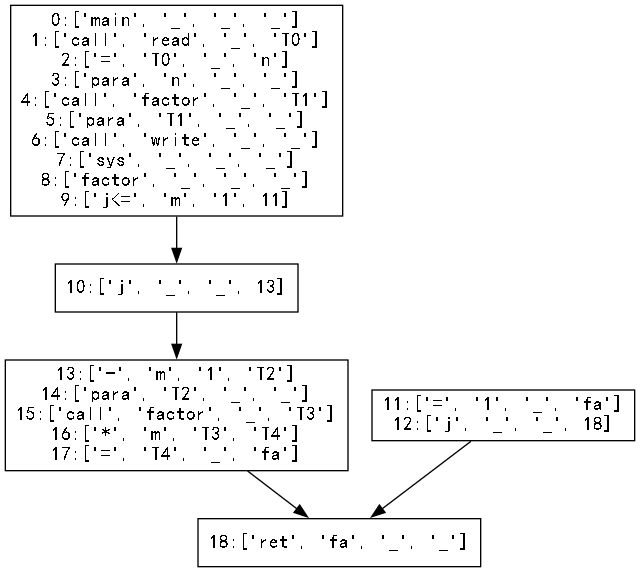
This is Basic_Block/basic_block.gv.png from hutao99/compiler, a Graphviz export, as it was before one commit. Its source is kept beside it as Basic_Block/basic_block.gv.
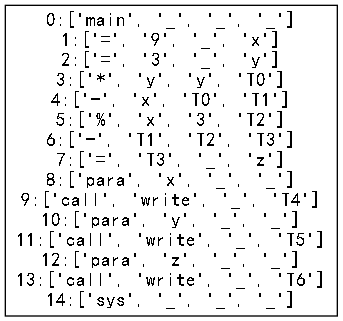
After the change.

Change to the diagram source:
```diff
@@ -1,30 +1,18 @@
 digraph "./Basic_Block/basic_block" {
 	0 [label="0:['main', '_', '_', '_']
-1:['call', 'read', '_', 'T0']
-2:['=', 'T0', '_', 'n']
-3:['para', 'n', '_', '_']
-4:['call', 'factor', '_', 'T1']
-5:['para', 'T1', '_', '_']
-6:['call', 'write', '_', '_']
-7:['sys', '_', '_', '_']
-8:['factor', '_', '_', '_']
-9:['j<=', 'm', '1', 11]
+1:['=', '9', '_', 'x']
+2:['=', '3', '_', 'y']
+3:['*', 'y', 'y', 'T0']
+4:['-', 'x', 'T0', 'T1']
+5:['%', 'x', '3', 'T2']
+6:['-', 'T1', 'T2', 'T3']
+7:['=', 'T3', '_', 'z']
+8:['para', 'x', '_', '_']
+9:['call', 'write', '_', 'T4']
+10:['para', 'y', '_', '_']
+11:['call', 'write', '_', 'T5']
+12:['para', 'z', '_', '_']
+13:['call', 'write', '_', 'T6']
+14:['sys', '_', '_', '_']
 " fontname=SimHei shape=rectangle]
-	1 [label="10:['j', '_', '_', 13]
-" fontname=SimHei shape=rectangle]
-	2 [label="11:['=', '1', '_', 'fa']
-12:['j', '_', '_', 18]
-" fontname=SimHei shape=rectangle]
-	3 [label="13:['-', 'm', '1', 'T2']
-14:['para', 'T2', '_', '_']
-15:['call', 'factor', '_', 'T3']
-16:['*', 'm', 'T3', 'T4']
-17:['=', 'T4', '_', 'fa']
-" fontname=SimHei shape=rectangle]
-	4 [label="18:['ret', 'fa', '_', '_']
-" fontname=SimHei shape=rectangle]
-	0 -> 1
-	1 -> 3
-	2 -> 4
-	3 -> 4
 }
```
